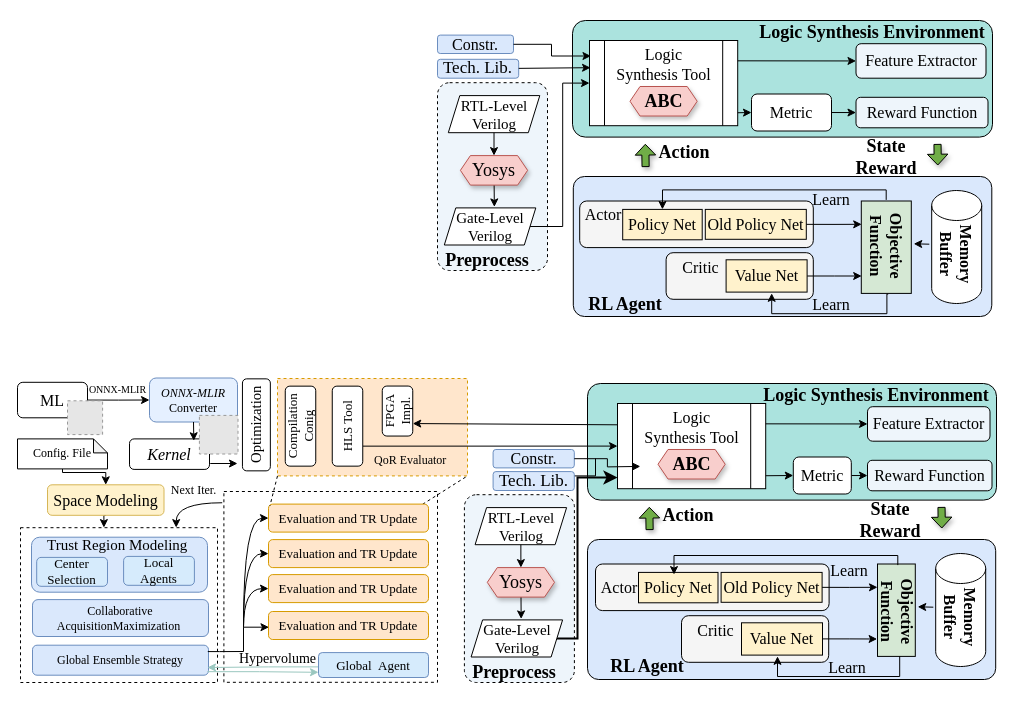
This is RL_framework.drawio from kxzhu0505/Delay-Padding-For-Multi-corner, a draw.io file, before an edit. Source tidied: cells renumbered, new cells numbered last; positions are measured from the earlier drawing's top-left corner, leaving out a move shared by most shapes. Both pictures are drawn from the tidied source at 100%, with x=0, y=0 at pixel (17, 17). Pictures stored in the file or linked from it are replaced by grey dashed boxes.
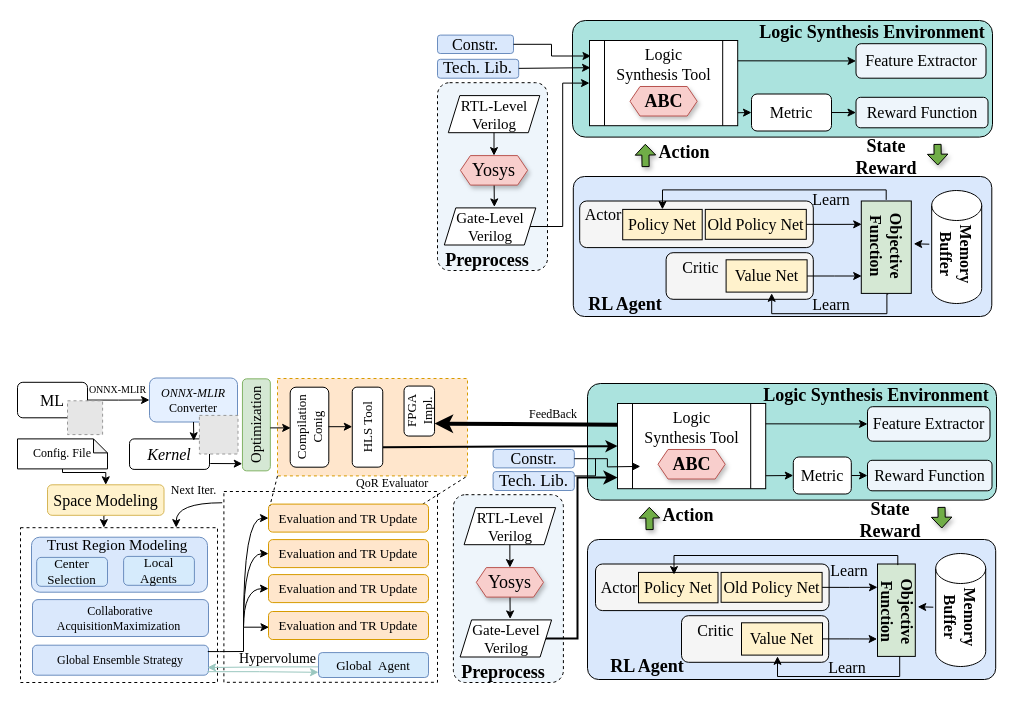
The same diagram, later.

Unchanged cells that the change refers to:
```xml
<mxCell id="39" style="shape=process;whiteSpace=wrap;html=1;backgroundOutline=1;strokeWidth=1;fontFamily=Times New Roman;" parent="38" vertex="1">
  <mxGeometry width="148.2" height="85.2" as="geometry" />
</mxCell>
<mxCell id="106" value="&lt;p style=&quot;margin-top: 0pt; margin-bottom: 0pt; margin-left: 0in; direction: ltr; unicode-bidi: embed; word-break: normal;&quot;&gt;&lt;font&gt;&lt;span style=&quot;font-size: 16px;&quot;&gt;&lt;i&gt;Kernel&lt;/i&gt;&lt;/span&gt;&lt;/font&gt;&lt;/p&gt;" style="rounded=1;whiteSpace=wrap;html=1;fontFamily=Times New Roman;" parent="1" vertex="1">
  <mxGeometry x="112" y="421.4" width="80" height="30.5" as="geometry" />
</mxCell>
```

Change to the diagram source:
```diff
@@
     <mxCell id="2" style="rounded=1;whiteSpace=wrap;html=1;dashed=1;arcSize=11;fillColor=light-dark(#eef5fb, #ededed);fontFamily=Times New Roman;" parent="1" vertex="1">
-      <mxGeometry x="446.9" y="477.2" width="110" height="187.8" as="geometry" />
+      <mxGeometry x="435.9" y="477.2" width="110" height="187.8" as="geometry" />
     </mxCell>
@@
     <mxCell id="44" value="&lt;span style=&quot;font-size: 18px;&quot;&gt;Yosys&lt;/span&gt;" style="shape=hexagon;perimeter=hexagonPerimeter2;whiteSpace=wrap;html=1;fixedSize=1;fillColor=#f8cecc;strokeColor=#b85450;strokeWidth=1;shadow=1;rounded=0;size=10;fontFamily=Times New Roman;" parent="1" vertex="1">
-      <mxGeometry x="469.8" y="550.1" width="67.2" height="29.5" as="geometry" />
+      <mxGeometry x="458.8" y="550.1" width="67.2" height="29.5" as="geometry" />
     </mxCell>
@@
     <mxCell id="46" value="&lt;font style=&quot;font-size: 15px;&quot;&gt;Gate-&lt;span style=&quot;background-color: initial;&quot;&gt;Level&lt;/span&gt;&lt;/font&gt;&lt;div style=&quot;&quot;&gt;&lt;font style=&quot;font-size: 15px;&quot;&gt;Verilog&lt;/font&gt;&lt;/div&gt;" style="shape=parallelogram;perimeter=parallelogramPerimeter;whiteSpace=wrap;html=1;fixedSize=1;size=11.5;fontFamily=Times New Roman;" parent="1" vertex="1">
-      <mxGeometry x="453.6" y="602.4" width="91.5" height="37.1" as="geometry" />
+      <mxGeometry x="442.6" y="602.4" width="91.5" height="37.1" as="geometry" />
     </mxCell>
     <mxCell id="47" value="&lt;font&gt;&lt;span style=&quot;font-size: 15px;&quot;&gt;RTL-Level&lt;/span&gt;&lt;/font&gt;&lt;div&gt;&lt;font&gt;&lt;span style=&quot;font-size: 15px;&quot;&gt;Verilog&lt;/span&gt;&lt;/font&gt;&lt;/div&gt;" style="shape=parallelogram;perimeter=parallelogramPerimeter;whiteSpace=wrap;html=1;fixedSize=1;size=11.5;fontFamily=Times New Roman;" parent="1" vertex="1">
-      <mxGeometry x="457.6" y="490.1" width="91.5" height="37.1" as="geometry" />
+      <mxGeometry x="446.6" y="490.1" width="91.5" height="37.1" as="geometry" />
     </mxCell>
@@
     <mxCell id="50" value="&lt;font&gt;&lt;span style=&quot;font-size: 18px;&quot;&gt;&lt;b&gt;Preprocess&lt;/b&gt;&lt;/span&gt;&lt;/font&gt;" style="text;html=1;align=center;verticalAlign=middle;whiteSpace=wrap;rounded=0;fontFamily=Times New Roman;" parent="1" vertex="1">
-      <mxGeometry x="446.9" y="639.5" width="100" height="30" as="geometry" />
+      <mxGeometry x="435.9" y="639.5" width="100" height="30" as="geometry" />
     </mxCell>
@@
-    <mxCell id="134" value="&lt;p style=&quot;margin-top: 0pt; margin-bottom: 0pt; margin-left: 0in; direction: ltr; unicode-bidi: embed; word-break: normal;&quot;&gt;&lt;span style=&quot;font-size: 11pt;&quot;&gt;Optimization&lt;/span&gt;&lt;/p&gt;" style="rounded=1;whiteSpace=wrap;html=1;fontFamily=Times New Roman;rotation=-90;" parent="1" vertex="1">
+    <mxCell id="134" value="&lt;p style=&quot;margin-top: 0pt; margin-bottom: 0pt; margin-left: 0in; direction: ltr; unicode-bidi: embed; word-break: normal;&quot;&gt;&lt;span style=&quot;font-size: 11pt;&quot;&gt;Optimization&lt;/span&gt;&lt;/p&gt;" style="rounded=1;whiteSpace=wrap;html=1;fontFamily=Times New Roman;rotation=-90;fillColor=#d5e8d4;strokeColor=#82b366;" parent="1" vertex="1">
       <mxGeometry x="192.9" y="393.4" width="92" height="27.9" as="geometry" />
     </mxCell>
-    <mxCell id="135" style="edgeStyle=orthogonalEdgeStyle;rounded=0;jettySize=auto;html=1;exitX=0.995;exitY=0.807;exitDx=0;exitDy=0;exitPerimeter=0;" parent="1" edge="1" source="106">
+    <mxCell id="135" style="edgeStyle=orthogonalEdgeStyle;rounded=0;jettySize=auto;html=1;exitX=0.995;exitY=0.807;exitDx=0;exitDy=0;exitPerimeter=0;entryX=0.078;entryY=-0.007;entryDx=0;entryDy=0;entryPerimeter=0;" parent="1" edge="1" source="106" target="134">
       <mxGeometry relative="1" as="geometry">
-        <mxPoint x="220" y="446" as="targetPoint" />
         <Array as="points">
           <mxPoint x="193" y="446" />
         </Array>
       </mxGeometry>
     </mxCell>
     <mxCell id="136" value="&lt;p style=&quot;margin-top: 0pt; margin-bottom: 0pt; margin-left: 0in; direction: ltr; unicode-bidi: embed; word-break: normal;&quot;&gt;&lt;font style=&quot;font-size: 13px;&quot;&gt;Compilation&lt;/font&gt;&lt;/p&gt;&lt;p style=&quot;margin-top: 0pt; margin-bottom: 0pt; margin-left: 0in; direction: ltr; unicode-bidi: embed; word-break: normal;&quot;&gt;&lt;font style=&quot;font-size: 13px;&quot;&gt;Conig&lt;/font&gt;&lt;/p&gt;" style="rounded=1;whiteSpace=wrap;html=1;fontFamily=Times New Roman;rotation=-90;" parent="1" vertex="1">
-      <mxGeometry x="243" y="393.4" width="80" height="30.5" as="geometry" />
+      <mxGeometry x="252" y="390.4" width="80" height="38.6" as="geometry" />
     </mxCell>
@@
-    <mxCell id="139" style="edgeStyle=none;rounded=0;jettySize=auto;html=1;exitX=0.25;exitY=1;exitDx=0;exitDy=0;entryX=0;entryY=0.5;entryDx=0;entryDy=0;" parent="1" edge="1" source="140" target="39">
+    <mxCell id="139" style="edgeStyle=none;rounded=0;jettySize=auto;html=1;exitX=0.25;exitY=1;exitDx=0;exitDy=0;entryX=0;entryY=0.5;entryDx=0;entryDy=0;strokeWidth=2;" parent="1" edge="1" source="140" target="39">
       <mxGeometry relative="1" as="geometry" />
     </mxCell>
     <mxCell id="140" value="&lt;p style=&quot;margin-top: 0pt; margin-bottom: 0pt; margin-left: 0in; direction: ltr; unicode-bidi: embed; word-break: normal;&quot;&gt;&lt;span style=&quot;font-size: 13px;&quot;&gt;HLS Tool&lt;/span&gt;&lt;/p&gt;" style="rounded=1;whiteSpace=wrap;html=1;fontFamily=Times New Roman;rotation=-90;" parent="1" vertex="1">
-      <mxGeometry x="290" y="393.4" width="80" height="30.5" as="geometry" />
+      <mxGeometry x="310" y="394.4" width="80" height="30.5" as="geometry" />
     </mxCell>
     <mxCell id="141" value="&lt;p style=&quot;margin-top: 0pt; margin-bottom: 0pt; margin-left: 0in; direction: ltr; unicode-bidi: embed; word-break: normal;&quot;&gt;&lt;span style=&quot;font-size: 13px;&quot;&gt;FPGA Impl.&lt;/span&gt;&lt;/p&gt;" style="rounded=1;whiteSpace=wrap;html=1;fontFamily=Times New Roman;rotation=-90;" parent="1" vertex="1">
-      <mxGeometry x="355" y="378.3" width="50" height="30.5" as="geometry" />
+      <mxGeometry x="376.8" y="378.3" width="50" height="30.5" as="geometry" />
     </mxCell>
-    <mxCell id="142" style="edgeStyle=none;rounded=0;jettySize=auto;html=1;exitX=0;exitY=0.25;exitDx=0;exitDy=0;entryX=0.25;entryY=1;entryDx=0;entryDy=0;" parent="1" edge="1" source="39" target="141">
+    <mxCell id="142" style="edgeStyle=none;rounded=0;jettySize=auto;html=1;exitX=0;exitY=0.25;exitDx=0;exitDy=0;entryX=0.25;entryY=1;entryDx=0;entryDy=0;strokeWidth=4;" parent="1" edge="1" source="39" target="141">
       <mxGeometry relative="1" as="geometry" />
     </mxCell>
     <mxCell id="143" value="QoR Evaluator" style="text;whiteSpace=wrap;fontFamily=Times New Roman;" parent="1" vertex="1">
-      <mxGeometry x="355" y="429.1" width="110" height="26" as="geometry" />
+      <mxGeometry x="336.9" y="451.9" width="110" height="26" as="geometry" />
     </mxCell>
@@
+    <mxCell id="150" value="FeedBack" style="text;whiteSpace=wrap;fontFamily=Times New Roman;" parent="1" vertex="1">
+      <mxGeometry x="510.1" y="382.8" width="110" height="26" as="geometry" />
+    </mxCell>
+    <mxCell id="151" style="edgeStyle=orthogonalEdgeStyle;rounded=0;jettySize=auto;html=1;exitX=0.467;exitY=0.997;exitDx=0;exitDy=0;exitPerimeter=0;entryX=0.483;entryY=0.014;entryDx=0;entryDy=0;entryPerimeter=0;" parent="1" edge="1" source="134" target="136">
+      <mxGeometry relative="1" as="geometry" />
+    </mxCell>
+    <mxCell id="152" style="edgeStyle=orthogonalEdgeStyle;rounded=0;orthogonalLoop=1;jettySize=auto;html=1;exitX=0.467;exitY=0.997;exitDx=0;exitDy=0;exitPerimeter=0;entryX=0.5;entryY=0;entryDx=0;entryDy=0;" parent="1" edge="1">
+      <mxGeometry relative="1" as="geometry">
+        <mxPoint x="311" y="409.2" as="sourcePoint" />
+        <mxPoint x="334.8" y="409.7" as="targetPoint" />
+      </mxGeometry>
+    </mxCell>
```
